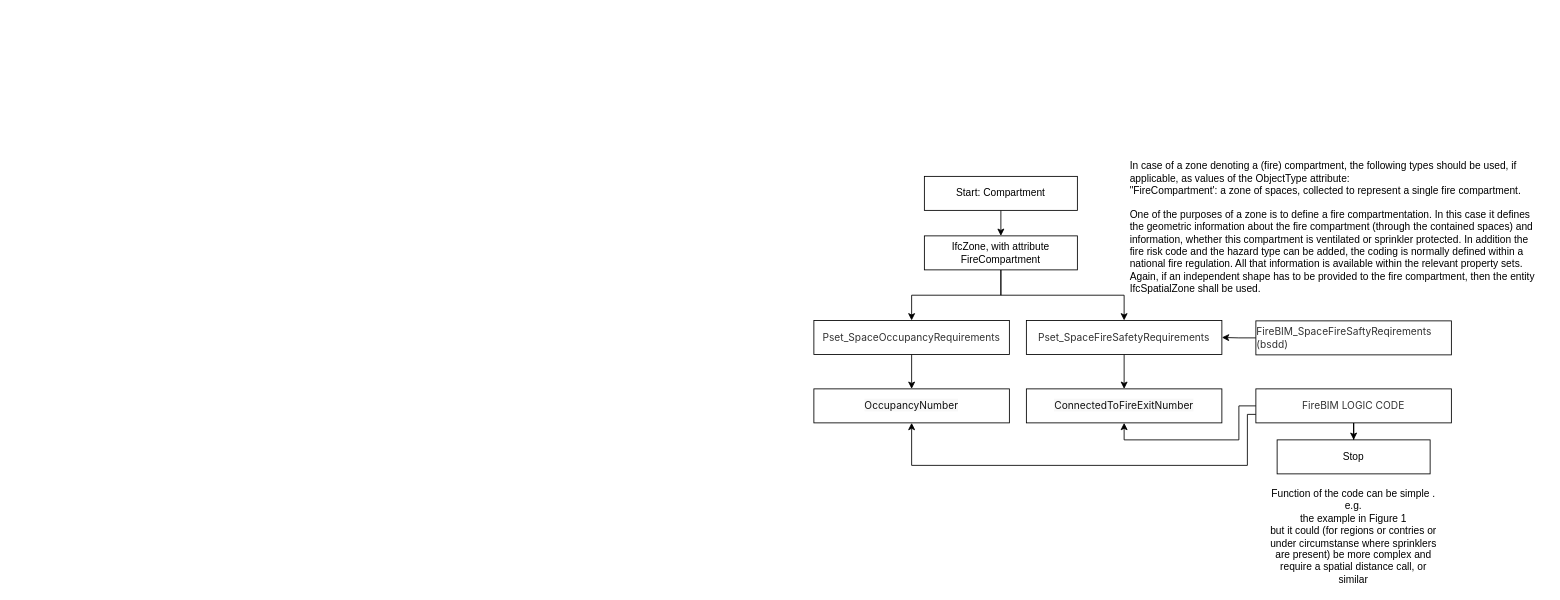
Kristoffernegendahl/fireBIM keeps this draw.io diagram as diagram/IDS.drawio. Above is the earlier version. Source tidied: cells renumbered, new cells numbered last; positions are measured from the earlier drawing's top-left corner, leaving out a move shared by most shapes. Both pictures are drawn from the tidied source at 85%, with x=0, y=0 at pixel (813, 159).
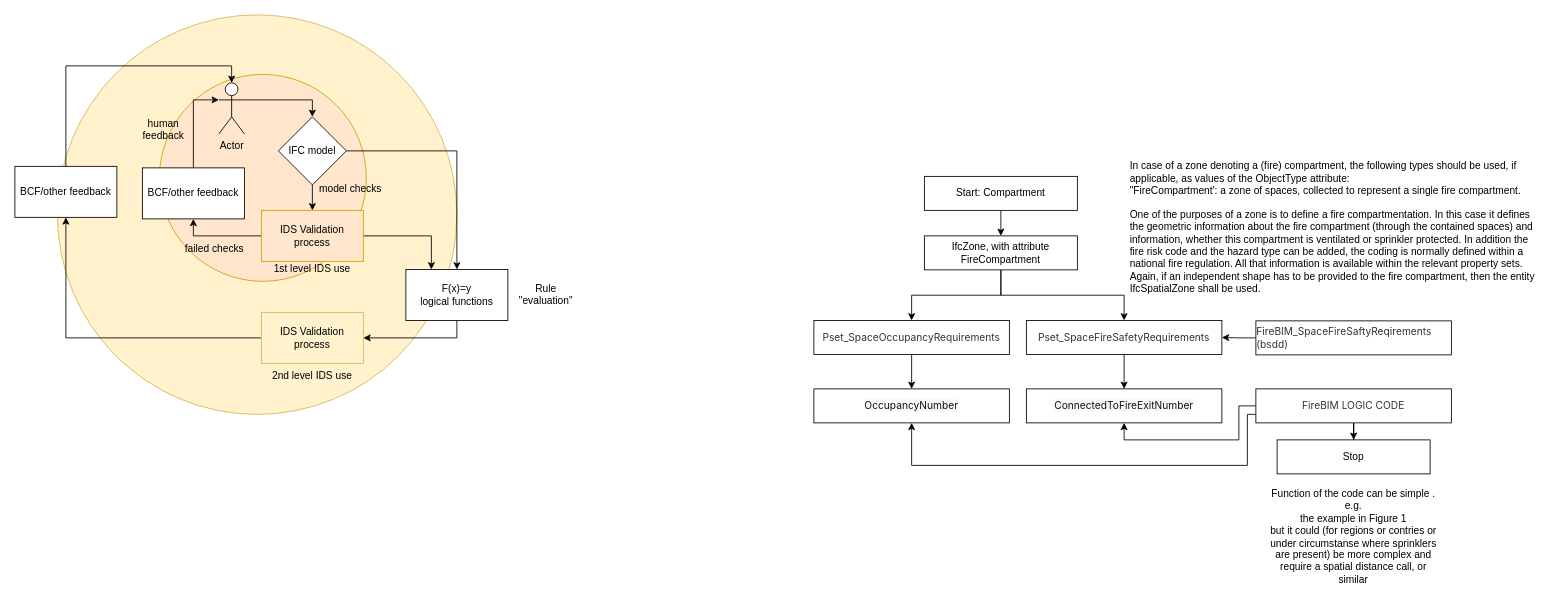
After the change.

What changed in the source:
```diff
@@
+    <mxCell id="22" style="ellipse;whiteSpace=wrap;html=1;fillColor=#fff2cc;strokeColor=#d6b656;" parent="1" vertex="1">
+      <mxGeometry x="-890" y="-170" width="470" height="470" as="geometry" />
+    </mxCell>
+    <mxCell id="23" style="ellipse;whiteSpace=wrap;html=1;fillColor=#ffe6cc;strokeColor=#d79b00;" parent="1" vertex="1">
+      <mxGeometry x="-770" y="-100" width="243.5" height="243.5" as="geometry" />
+    </mxCell>
@@
+    <mxCell id="24" style="edgeStyle=orthogonalEdgeStyle;rounded=0;jettySize=auto;html=1;exitX=0;exitY=0.5;exitDx=0;exitDy=0;entryX=0.5;entryY=1;entryDx=0;entryDy=0;" parent="1" edge="1" source="26" target="30">
+      <mxGeometry relative="1" as="geometry" />
+    </mxCell>
+    <mxCell id="25" style="edgeStyle=orthogonalEdgeStyle;rounded=0;jettySize=auto;html=1;exitX=1;exitY=0.5;exitDx=0;exitDy=0;entryX=0.25;entryY=0;entryDx=0;entryDy=0;" parent="1" edge="1" source="26" target="33">
+      <mxGeometry relative="1" as="geometry" />
+    </mxCell>
+    <mxCell id="26" value="IDS Validation process" style="rounded=0;whiteSpace=wrap;html=1;fillColor=#ffe6cc;strokeColor=#d79b00;" parent="1" vertex="1">
+      <mxGeometry x="-650" y="60" width="120" height="60" as="geometry" />
+    </mxCell>
+    <mxCell id="27" style="edgeStyle=orthogonalEdgeStyle;rounded=0;jettySize=auto;html=1;exitX=0.5;exitY=1;exitDx=0;exitDy=0;entryX=0.5;entryY=0;entryDx=0;entryDy=0;" parent="1" edge="1" source="29" target="26">
+      <mxGeometry relative="1" as="geometry" />
+    </mxCell>
+    <mxCell id="28" style="edgeStyle=orthogonalEdgeStyle;rounded=0;jettySize=auto;html=1;exitX=1;exitY=0.5;exitDx=0;exitDy=0;entryX=0.5;entryY=0;entryDx=0;entryDy=0;" parent="1" edge="1" source="29" target="33">
+      <mxGeometry relative="1" as="geometry" />
+    </mxCell>
+    <mxCell id="29" value="IFC model" style="rhombus;whiteSpace=wrap;html=1;" parent="1" vertex="1">
+      <mxGeometry x="-630" y="-50" width="80" height="80" as="geometry" />
+    </mxCell>
+    <mxCell id="30" value="BCF/other feedback" style="rounded=0;whiteSpace=wrap;html=1;" parent="1" vertex="1">
+      <mxGeometry x="-790" y="10" width="120" height="60" as="geometry" />
+    </mxCell>
+    <mxCell id="31" value="model checks" style="text;html=1;align=center;verticalAlign=middle;whiteSpace=wrap;rounded=0;" parent="1" vertex="1">
+      <mxGeometry x="-590" y="20" width="90" height="30" as="geometry" />
+    </mxCell>
+    <mxCell id="32" style="edgeStyle=orthogonalEdgeStyle;rounded=0;jettySize=auto;html=1;exitX=0.5;exitY=1;exitDx=0;exitDy=0;entryX=1;entryY=0.5;entryDx=0;entryDy=0;" parent="1" edge="1" source="33" target="38">
+      <mxGeometry relative="1" as="geometry" />
+    </mxCell>
+    <mxCell id="33" value="&lt;div&gt;F(x)=y&lt;/div&gt;logical functions" style="rounded=0;whiteSpace=wrap;html=1;" parent="1" vertex="1">
+      <mxGeometry x="-480" y="129.5" width="120" height="60" as="geometry" />
+    </mxCell>
+    <mxCell id="34" value="failed checks" style="text;html=1;align=center;verticalAlign=middle;whiteSpace=wrap;rounded=0;" parent="1" vertex="1">
+      <mxGeometry x="-750" y="90" width="90" height="30" as="geometry" />
+    </mxCell>
+    <mxCell id="35" value="human feedback" style="text;html=1;align=center;verticalAlign=middle;whiteSpace=wrap;rounded=0;" parent="1" vertex="1">
+      <mxGeometry x="-800" y="-50" width="70" height="30" as="geometry" />
+    </mxCell>
+    <mxCell id="36" value="Rule &quot;evaluation&quot;" style="text;html=1;align=center;verticalAlign=middle;whiteSpace=wrap;rounded=0;" parent="1" vertex="1">
+      <mxGeometry x="-360" y="143.5" width="90" height="30" as="geometry" />
+    </mxCell>
+    <mxCell id="37" style="edgeStyle=orthogonalEdgeStyle;rounded=0;jettySize=auto;html=1;exitX=0;exitY=0.5;exitDx=0;exitDy=0;entryX=0.5;entryY=1;entryDx=0;entryDy=0;" parent="1" edge="1" source="38" target="39">
+      <mxGeometry relative="1" as="geometry" />
+    </mxCell>
+    <mxCell id="38" value="IDS Validation process" style="rounded=0;whiteSpace=wrap;html=1;fillColor=#fff2cc;strokeColor=#d6b656;" parent="1" vertex="1">
+      <mxGeometry x="-650" y="180" width="120" height="60" as="geometry" />
+    </mxCell>
+    <mxCell id="39" value="BCF/other feedback" style="rounded=0;whiteSpace=wrap;html=1;" parent="1" vertex="1">
+      <mxGeometry x="-940" y="8.2" width="120" height="60" as="geometry" />
+    </mxCell>
+    <mxCell id="40" style="edgeStyle=orthogonalEdgeStyle;rounded=0;jettySize=auto;html=1;exitX=1;exitY=0.3333333333333333;exitDx=0;exitDy=0;exitPerimeter=0;entryX=0.5;entryY=0;entryDx=0;entryDy=0;" parent="1" edge="1" source="41" target="29">
+      <mxGeometry relative="1" as="geometry" />
+    </mxCell>
+    <mxCell id="41" value="Actor" style="shape=umlActor;verticalLabelPosition=bottom;verticalAlign=top;html=1;outlineConnect=0;" parent="1" vertex="1">
+      <mxGeometry x="-700" y="-90" width="30" height="60" as="geometry" />
+    </mxCell>
+    <mxCell id="42" style="edgeStyle=orthogonalEdgeStyle;rounded=0;jettySize=auto;html=1;exitX=0.5;exitY=0;exitDx=0;exitDy=0;entryX=0;entryY=0.3333333333333333;entryDx=0;entryDy=0;entryPerimeter=0;" parent="1" edge="1" source="30" target="41">
+      <mxGeometry relative="1" as="geometry" />
+    </mxCell>
+    <mxCell id="43" style="edgeStyle=orthogonalEdgeStyle;rounded=0;jettySize=auto;html=1;exitX=0.5;exitY=0;exitDx=0;exitDy=0;entryX=0.5;entryY=0;entryDx=0;entryDy=0;entryPerimeter=0;" parent="1" edge="1" source="39" target="41">
+      <mxGeometry relative="1" as="geometry" />
+    </mxCell>
+    <mxCell id="44" value="1st level IDS use" style="text;html=1;align=center;verticalAlign=middle;whiteSpace=wrap;rounded=0;" parent="1" vertex="1">
+      <mxGeometry x="-650" y="113.5" width="120" height="30" as="geometry" />
+    </mxCell>
+    <mxCell id="45" value="2nd level IDS use" style="text;html=1;align=center;verticalAlign=middle;whiteSpace=wrap;rounded=0;" parent="1" vertex="1">
+      <mxGeometry x="-650" y="240" width="120" height="30" as="geometry" />
+    </mxCell>
```
